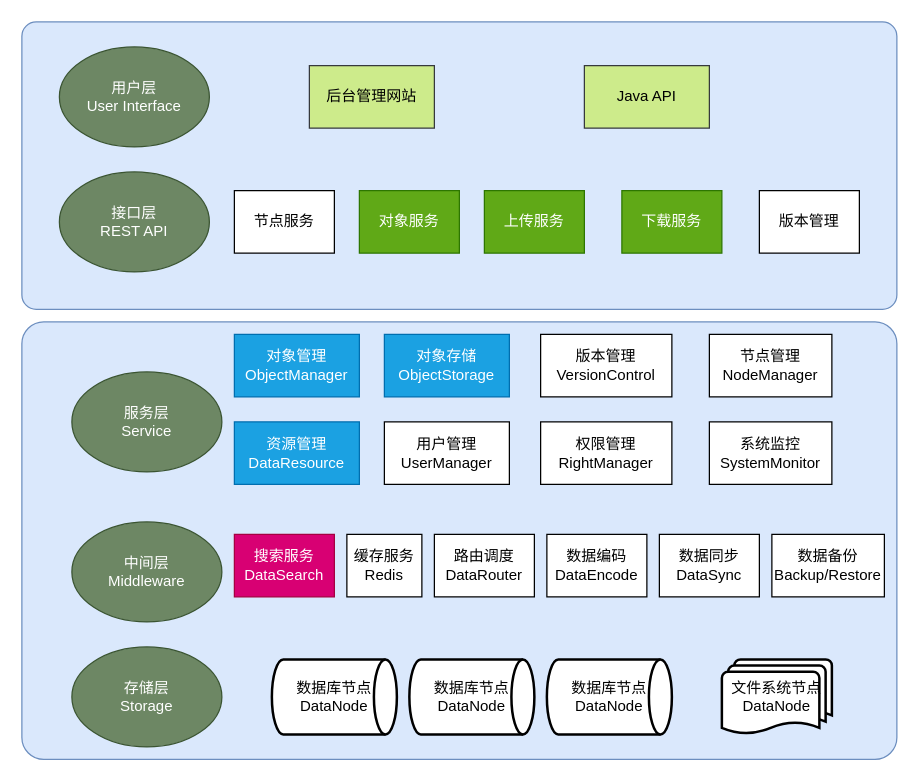
The draw.io diagram page "业务架构图 的副本" (6 of 6) of doc/DataManagePlatform_Diagram.drawio in CoderDream/java-architect-util, before the edit. Source tidied: cells renumbered, new cells numbered last; positions are measured from the earlier drawing's top-left corner, leaving out a move shared by most shapes. Both pictures are drawn from the tidied source at 125%, with x=0, y=0 at pixel (21, 21).
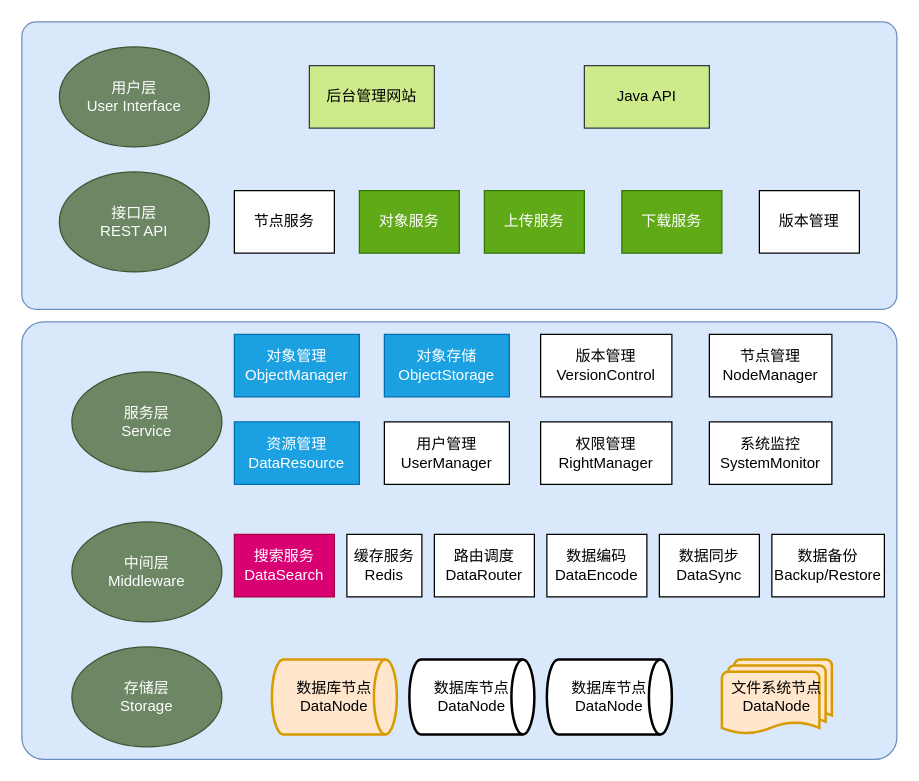
Above is the later version.

Change to the diagram source:
```diff
@@
-    <mxCell id="9" value="数据库节点&lt;br&gt;DataNode" style="strokeWidth=2;html=1;shape=mxgraph.flowchart.direct_data;whiteSpace=wrap;" parent="1" vertex="1">
+    <mxCell id="9" value="数据库节点&lt;br&gt;DataNode" style="strokeWidth=2;html=1;shape=mxgraph.flowchart.direct_data;whiteSpace=wrap;fillColor=#ffe6cc;strokeColor=#d79b00;" parent="1" vertex="1">
       <mxGeometry x="200" y="510" width="100" height="60" as="geometry" />
     </mxCell>
@@
-    <mxCell id="12" value="文件系统节点&lt;br&gt;DataNode" style="strokeWidth=2;html=1;shape=mxgraph.flowchart.multi-document;whiteSpace=wrap;" parent="1" vertex="1">
+    <mxCell id="12" value="文件系统节点&lt;br&gt;DataNode" style="strokeWidth=2;html=1;shape=mxgraph.flowchart.multi-document;whiteSpace=wrap;fillColor=#ffe6cc;strokeColor=#d79b00;" parent="1" vertex="1">
       <mxGeometry x="560" y="510" width="88" height="60" as="geometry" />
     </mxCell>
```
